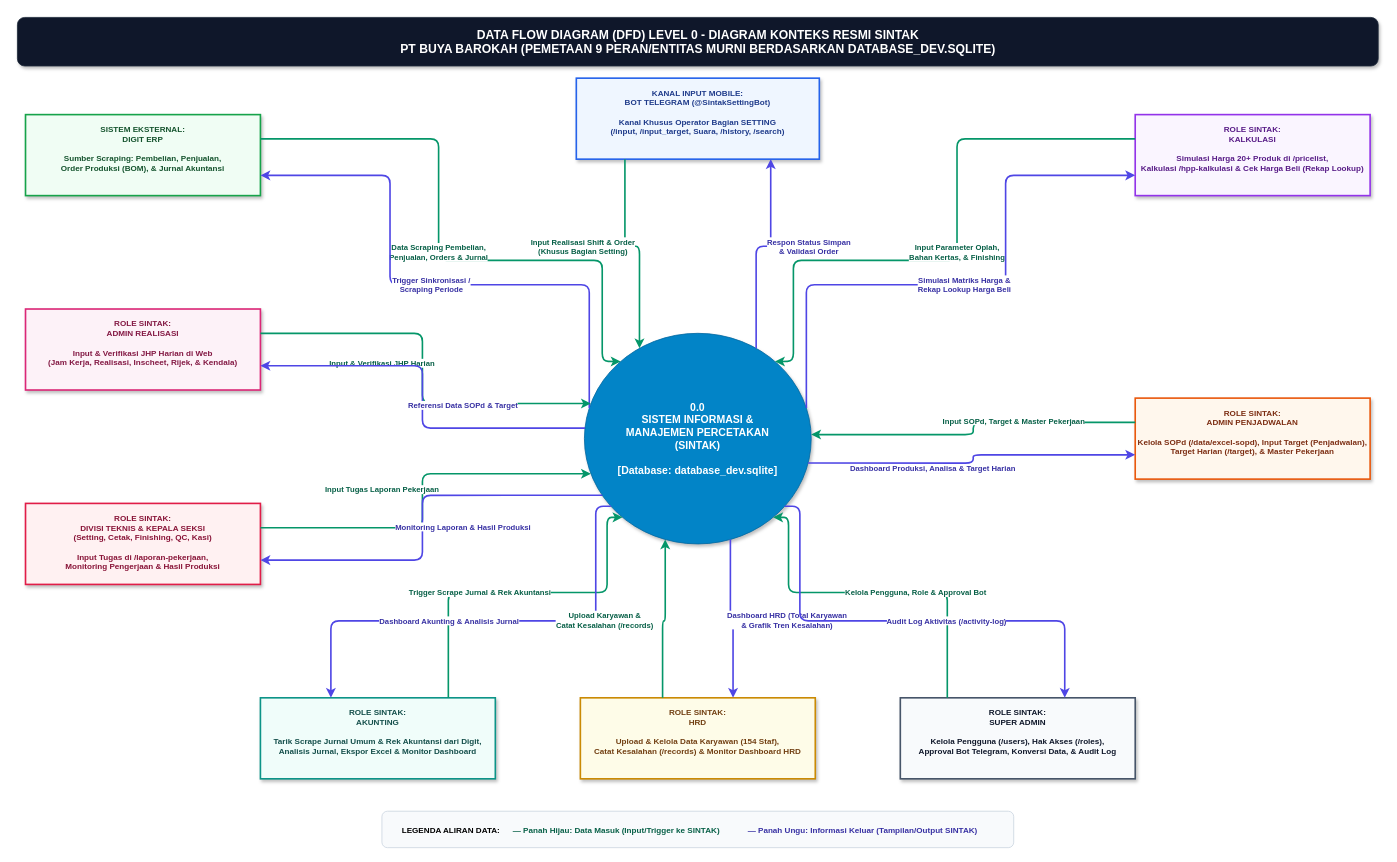
The draw.io diagram page "DFD Level 0 - Diagram Konteks" (1 of 2) of sintak-dfd.drawio in nauval131922-2/sintak_pt_buya_barokah, before the edit. Source tidied: cells renumbered, new cells numbered last; positions are measured from the earlier drawing's top-left corner, leaving out a move shared by most shapes. Both pictures are drawn from the tidied source at 81%, with x=0, y=0 at pixel (17, 17).
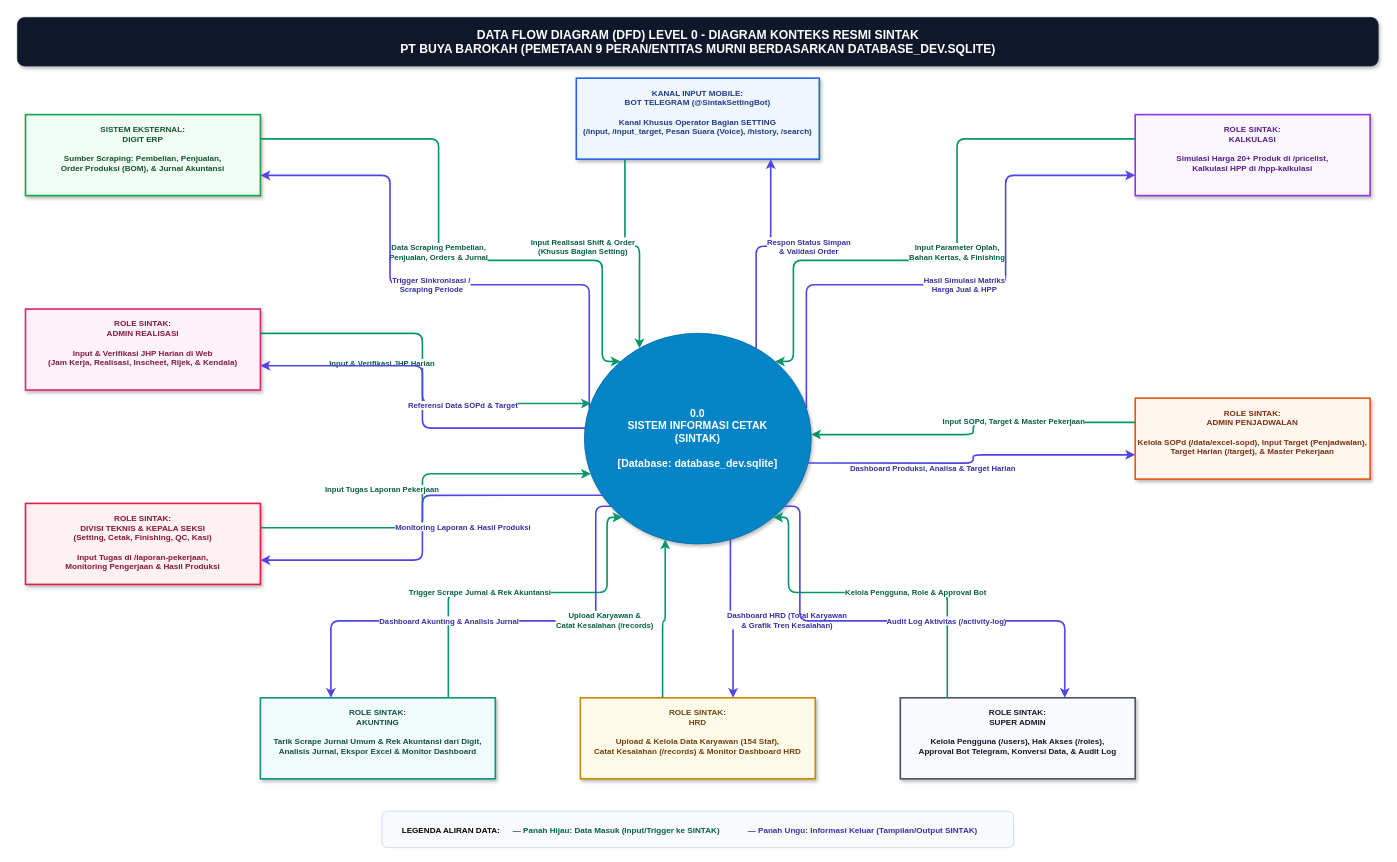
Above is the later version.

Commit message (it also covers changes not shown here):
docs: tuntaskan pembersihan seluruh istilah informal buatan sendiri dan sinkronkan nama baku teknis sistem SINTAK

Diff of the diagram source:
```diff
@@
-    <mxCell id="4" value="0.0&#10;SISTEM INFORMASI &amp;&#10;MANAJEMEN PERCETAKAN&#10;(SINTAK)&#10;&#10;[Database: database_dev.sqlite]" style="ellipse;whiteSpace=wrap;html=1;fillColor=#0284c7;strokeColor=#0369a1;fontColor=#ffffff;fontSize=13;fontStyle=1;align=center;verticalAlign=middle;shadow=1;spacing=8;" parent="1" vertex="1">
+    <mxCell id="4" value="0.0&#10;SISTEM INFORMASI CETAK&#10;(SINTAK)&#10;&#10;[Database: database_dev.sqlite]" style="ellipse;whiteSpace=wrap;html=1;fillColor=#0284c7;strokeColor=#0369a1;fontColor=#ffffff;fontSize=13;fontStyle=1;align=center;verticalAlign=middle;shadow=1;spacing=8;" parent="1" vertex="1">
       <mxGeometry x="700" y="390" width="280" height="260" as="geometry" />
     </mxCell>
-    <mxCell id="5" value="KANAL INPUT MOBILE:&#10;BOT TELEGRAM (@SintakSettingBot)&#10;&#10;Kanal Khusus Operator Bagian SETTING&#10;(/input, /input_target, Suara, /history, /search)" style="rounded=0;whiteSpace=wrap;html=1;shadow=1;fontSize=10;fontStyle=1;align=center;verticalAlign=top;spacingTop=6;strokeWidth=2;fillColor=#eff6ff;strokeColor=#2563eb;fontColor=#1e3a8a;" parent="1" vertex="1">
+    <mxCell id="5" value="KANAL INPUT MOBILE:&#10;BOT TELEGRAM (@SintakSettingBot)&#10;&#10;Kanal Khusus Operator Bagian SETTING&#10;(/input, /input_target, Pesan Suara (Voice), /history, /search)" style="rounded=0;whiteSpace=wrap;html=1;shadow=1;fontSize=10;fontStyle=1;align=center;verticalAlign=top;spacingTop=6;strokeWidth=2;fillColor=#eff6ff;strokeColor=#2563eb;fontColor=#1e3a8a;" parent="1" vertex="1">
       <mxGeometry x="690" y="75" width="300" height="100" as="geometry" />
     </mxCell>
@@
-    <mxCell id="9" value="ROLE SINTAK:&#10;KALKULASI&#10;&#10;Simulasi Harga 20+ Produk di /pricelist,&#10;Kalkulasi /hpp-kalkulasi &amp; Cek Harga Beli (Rekap Lookup)" style="rounded=0;whiteSpace=wrap;html=1;shadow=1;fontSize=10;fontStyle=1;align=center;verticalAlign=top;spacingTop=6;strokeWidth=2;fillColor=#faf5ff;strokeColor=#9333ea;fontColor=#581c87;" parent="1" vertex="1">
+    <mxCell id="9" value="ROLE SINTAK:&#10;KALKULASI&#10;&#10;Simulasi Harga 20+ Produk di /pricelist,&#10;Kalkulasi HPP di /hpp-kalkulasi" style="rounded=0;whiteSpace=wrap;html=1;shadow=1;fontSize=10;fontStyle=1;align=center;verticalAlign=top;spacingTop=6;strokeWidth=2;fillColor=#faf5ff;strokeColor=#9333ea;fontColor=#581c87;" parent="1" vertex="1">
       <mxGeometry x="1380" y="120" width="290" height="100" as="geometry" />
     </mxCell>
@@
-    <mxCell id="23" value="Simulasi Matriks Harga &amp;&#10;Rekap Lookup Harga Beli" style="edgeStyle=orthogonalEdgeStyle;rounded=1;jettySize=auto;html=1;strokeWidth=2;strokeColor=#4f46e5;fontColor=#3730a3;fontSize=9.5;fontStyle=1;labelBackgroundColor=#ffffff;exitX=0.98;entryX=0;entryY=0.75;align=center;" parent="1" edge="1" source="4" target="9">
+    <mxCell id="23" value="Hasil Simulasi Matriks&#10;Harga Jual &amp; HPP" style="edgeStyle=orthogonalEdgeStyle;rounded=1;jettySize=auto;html=1;strokeWidth=2;strokeColor=#4f46e5;fontColor=#3730a3;fontSize=9.5;fontStyle=1;labelBackgroundColor=#ffffff;exitX=0.98;entryX=0;entryY=0.75;align=center;" parent="1" edge="1" source="4" target="9">
       <mxGeometry relative="1" as="geometry">
         <Array as="points">
           <mxPoint x="974" y="330" />
           <mxPoint x="1220" y="330" />
           <mxPoint x="1220" y="195" />
         </Array>
       </mxGeometry>
     </mxCell>
```
